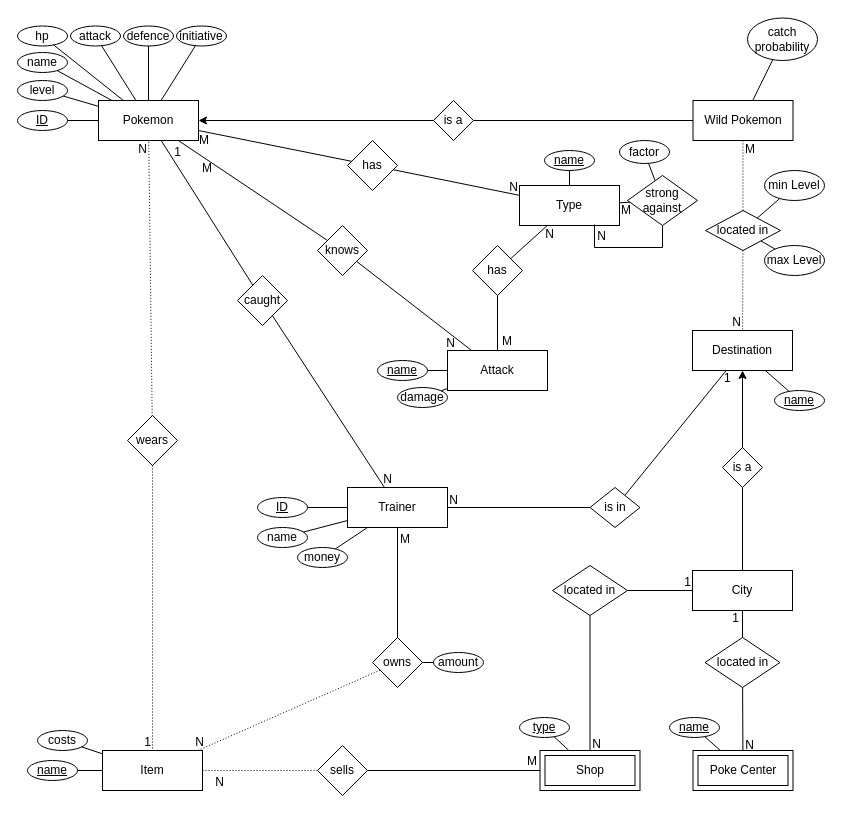
Above: Pokemon Scuffed Gray.drawio in mypictur3esforu/Pokemon-Scuffed-Grey (draw.io), before the change. Source tidied: cells renumbered, new cells numbered last; positions are measured from the earlier drawing's top-left corner, leaving out a move shared by most shapes. Both pictures are drawn from the tidied source at 100%, with x=0, y=0 at pixel (17, 17).
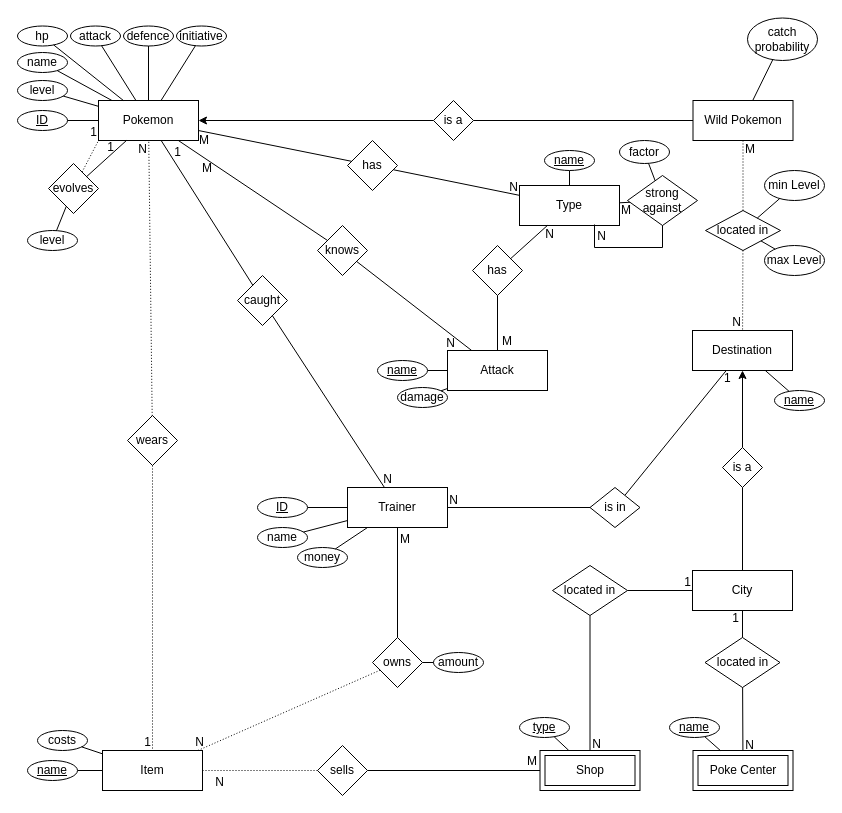
After the change.

Unchanged cells that the change refers to:
```xml
<mxCell id="4" value="Pokemon" style="whiteSpace=wrap;html=1;align=center;" parent="1" vertex="1">
  <mxGeometry x="81" y="83" width="100" height="40" as="geometry" />
</mxCell>
```

Change to the diagram source:
```diff
@@
+    <mxCell id="125" value="evolves" style="shape=rhombus;perimeter=rhombusPerimeter;whiteSpace=wrap;html=1;align=center;" parent="1" vertex="1">
+      <mxGeometry x="31" y="146" width="50" height="50" as="geometry" />
+    </mxCell>
+    <mxCell id="126" style="endArrow=none;html=1;rounded=0;dashed=1;dashPattern=1 2;entryX=0;entryY=1;entryDx=0;entryDy=0;" parent="1" edge="1" source="125" target="4">
+      <mxGeometry relative="1" as="geometry" />
+    </mxCell>
+    <mxCell id="127" value="1" style="html=1;whiteSpace=wrap;align=right;verticalAlign=bottom;" parent="126" vertex="1">
+      <mxGeometry x="1" relative="1" as="geometry" />
+    </mxCell>
+    <mxCell id="128" style="endArrow=none;html=1;rounded=0;" parent="1" edge="1" source="125" target="4">
+      <mxGeometry relative="1" as="geometry" />
+    </mxCell>
+    <mxCell id="129" value="1" style="html=1;whiteSpace=wrap;align=right;verticalAlign=bottom;" parent="128" vertex="1">
+      <mxGeometry x="1" relative="1" as="geometry">
+        <mxPoint x="-11" y="15" as="offset" />
+      </mxGeometry>
+    </mxCell>
+    <mxCell id="130" value="level" style="ellipse;whiteSpace=wrap;html=1;align=center;" parent="1" vertex="1">
+      <mxGeometry x="10" y="213" width="50" height="20" as="geometry" />
+    </mxCell>
+    <mxCell id="131" style="endArrow=none;html=1;rounded=0;" parent="1" edge="1" source="125" target="130">
+      <mxGeometry relative="1" as="geometry" />
+    </mxCell>
```
